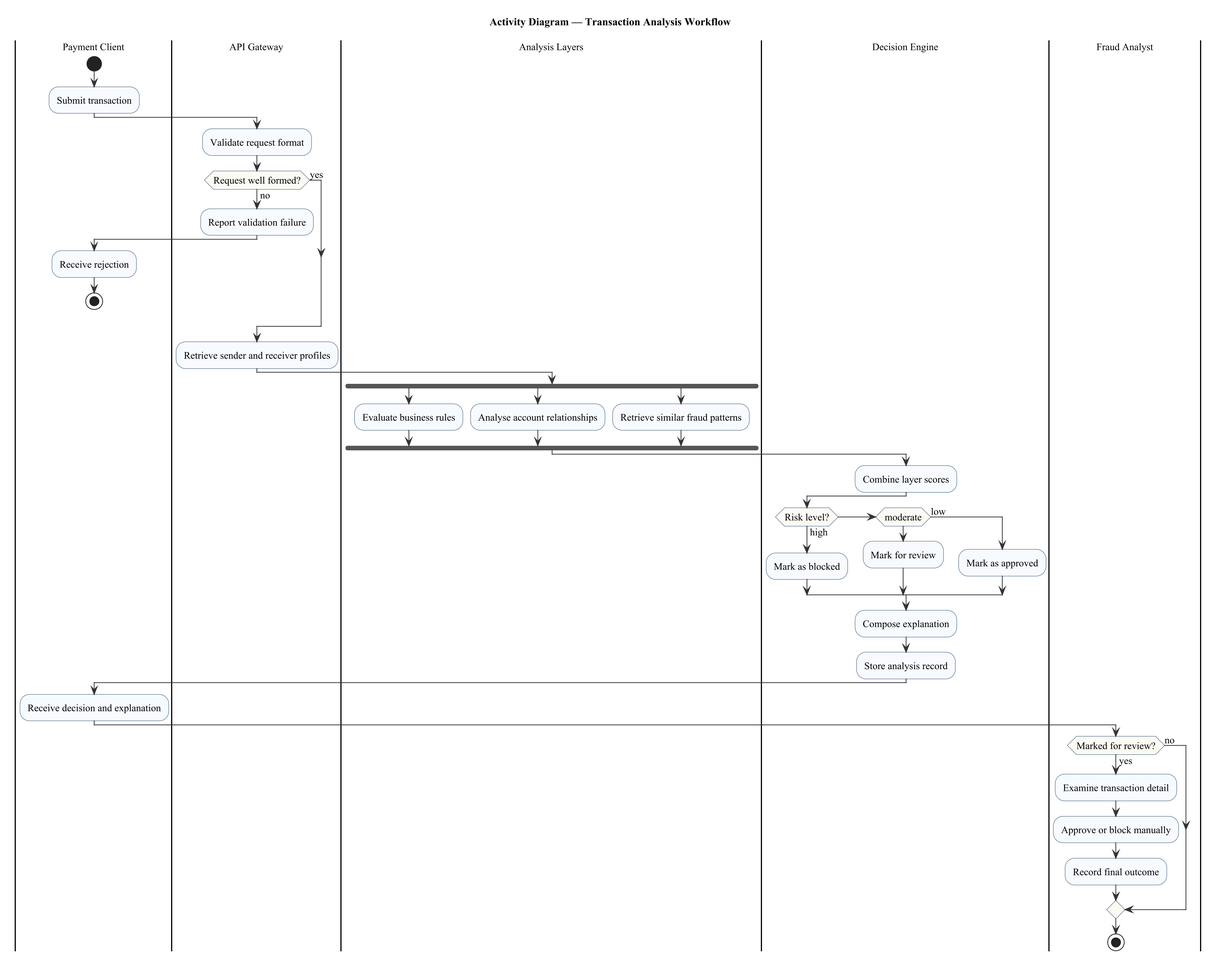
Above: docs/diagrams/03-activity.png in OMJOSHI15/indus11 (PlantUML), before the change.
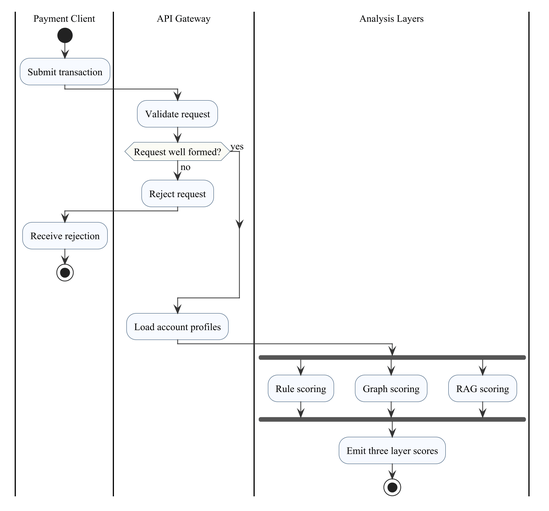
The same file after the commit.

Diff of the diagram source:
```diff
@@ -11,48 +11,28 @@
   DiamondBorderColor #2F4F6F
   DiamondBackgroundColor #FBFBF4
 }
-title Activity Diagram — Transaction Analysis Workflow
 |Payment Client|
 start
 :Submit transaction;
 |API Gateway|
-:Validate request format;
+:Validate request;
 if (Request well formed?) then (no)
-  :Report validation failure;
+  :Reject request;
   |Payment Client|
   :Receive rejection;
   stop
 else (yes)
 endif
 |API Gateway|
-:Retrieve sender and receiver profiles;
+:Load account profiles;
 |Analysis Layers|
 fork
-  :Evaluate business rules;
+  :Rule scoring;
 fork again
-  :Analyse account relationships;
+  :Graph scoring;
 fork again
-  :Retrieve similar fraud patterns;
+  :RAG scoring;
 end fork
-|Decision Engine|
-:Combine layer scores;
-if (Risk level?) then (high)
-  :Mark as blocked;
-elseif (moderate) then
-  :Mark for review;
-else (low)
-  :Mark as approved;
-endif
-:Compose explanation;
-:Store analysis record;
-|Payment Client|
-:Receive decision and explanation;
-|Fraud Analyst|
-if (Marked for review?) then (yes)
-  :Examine transaction detail;
-  :Approve or block manually;
-  :Record final outcome;
-else (no)
-endif
+:Emit three layer scores;
 stop
 @enduml
```
